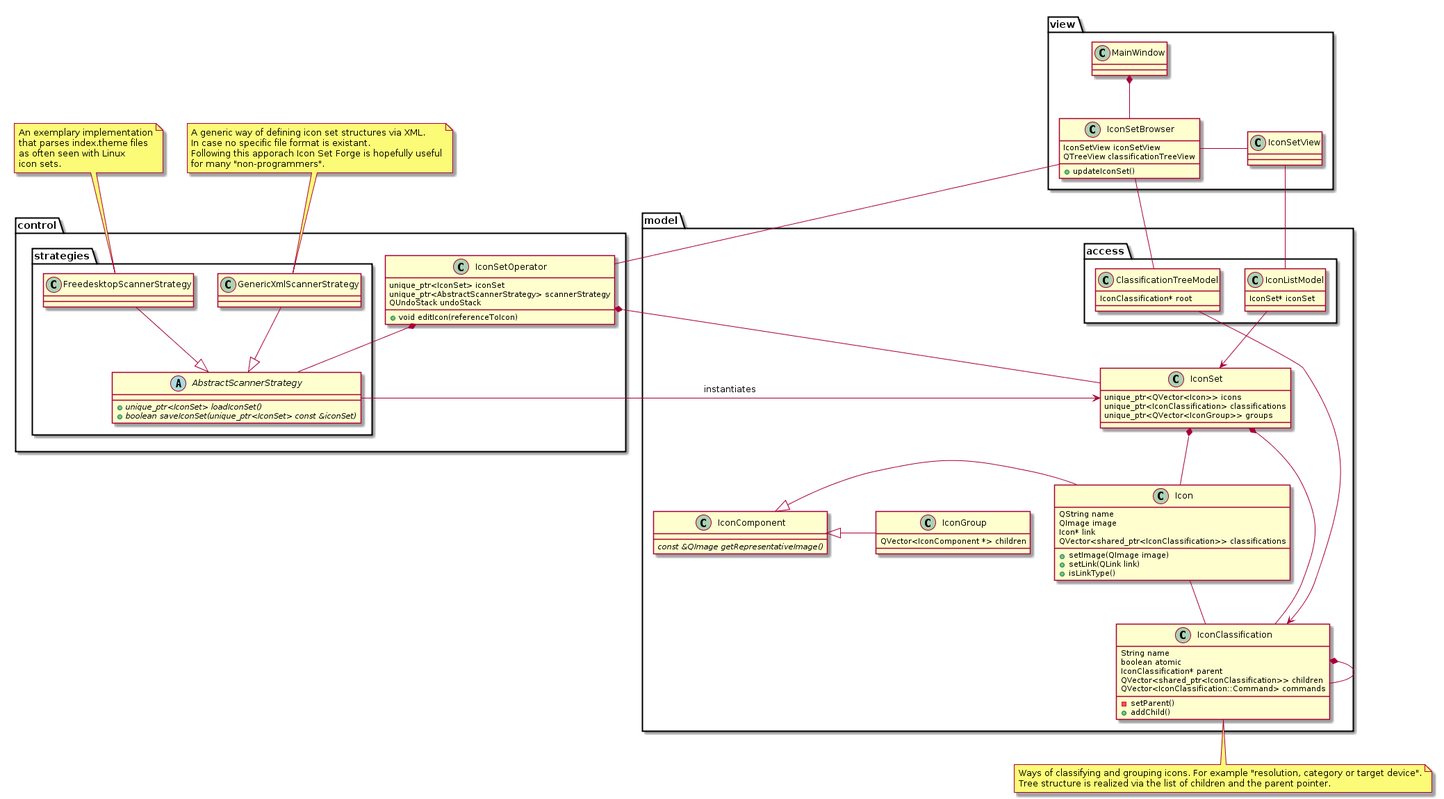
Manuel-Kehl/Icon-Set-Forge keeps this PlantUML diagram as Concept/UML/classes.png. Above is the earlier version.
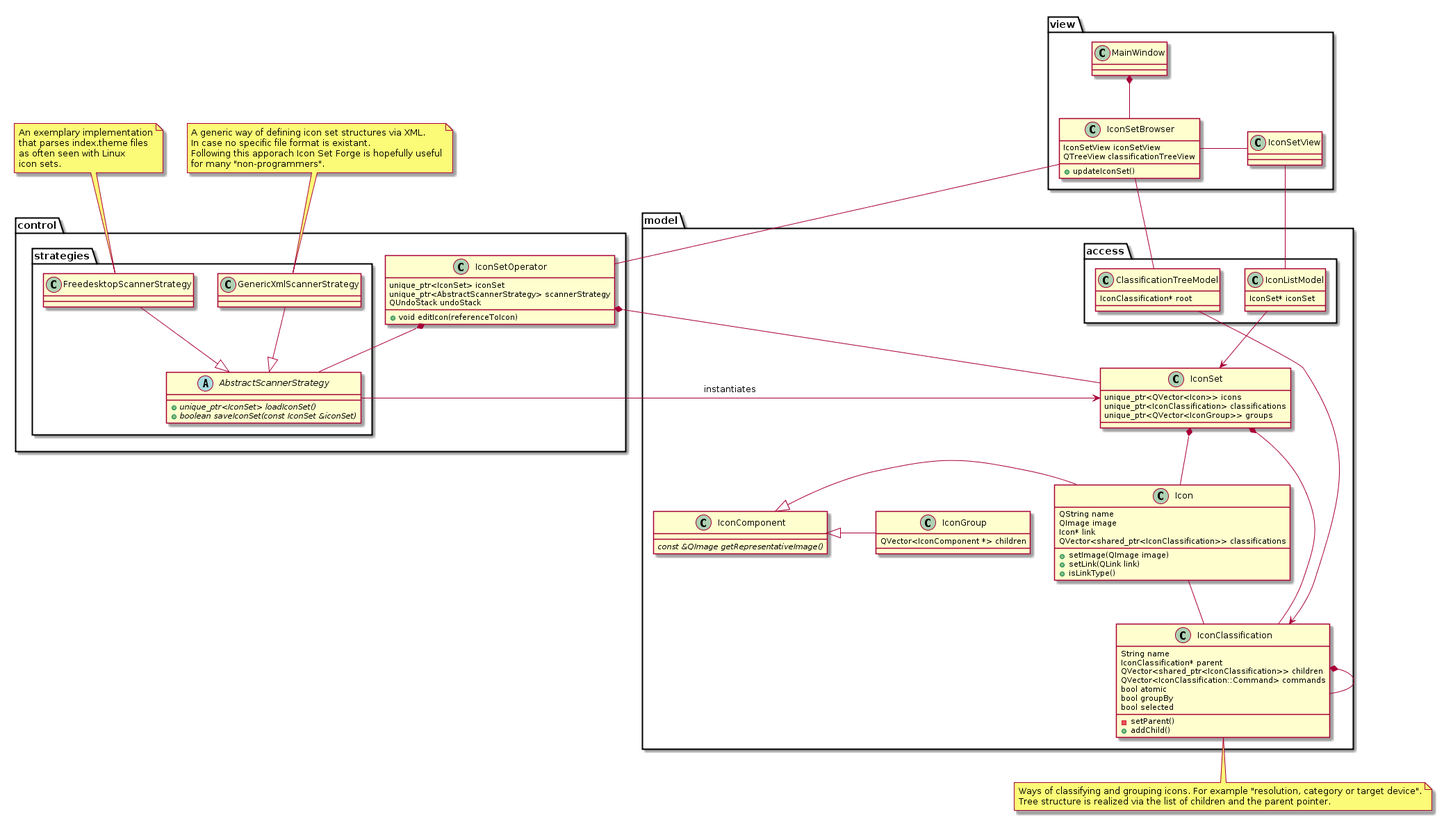
Later version of the same file.

Commit message:
Updated IconClassification in the class diagram.

The edit, as a diff of the source:
```diff
@@ -11,7 +11,7 @@
 	package strategies {
 		abstract class AbstractScannerStrategy {
 			+ {abstract} unique_ptr<IconSet> loadIconSet()
-			+ {abstract} boolean saveIconSet(unique_ptr<IconSet> const &iconSet)
+			+ {abstract} boolean saveIconSet(const IconSet &iconSet)
 		}
 		class FreedesktopScannerStrategy --|> AbstractScannerStrategy
 		class GenericXmlScannerStrategy --|> AbstractScannerStrategy
@@ -35,10 +35,12 @@
 package model {
 	class IconClassification {
 		String name
-		boolean atomic
 		IconClassification* parent
 		QVector<shared_ptr<IconClassification>> children
 		QVector<IconClassification::Command> commands
+		bool atomic
+		bool groupBy
+		bool selected
 		- setParent()
 		+ addChild()
 	}
```
